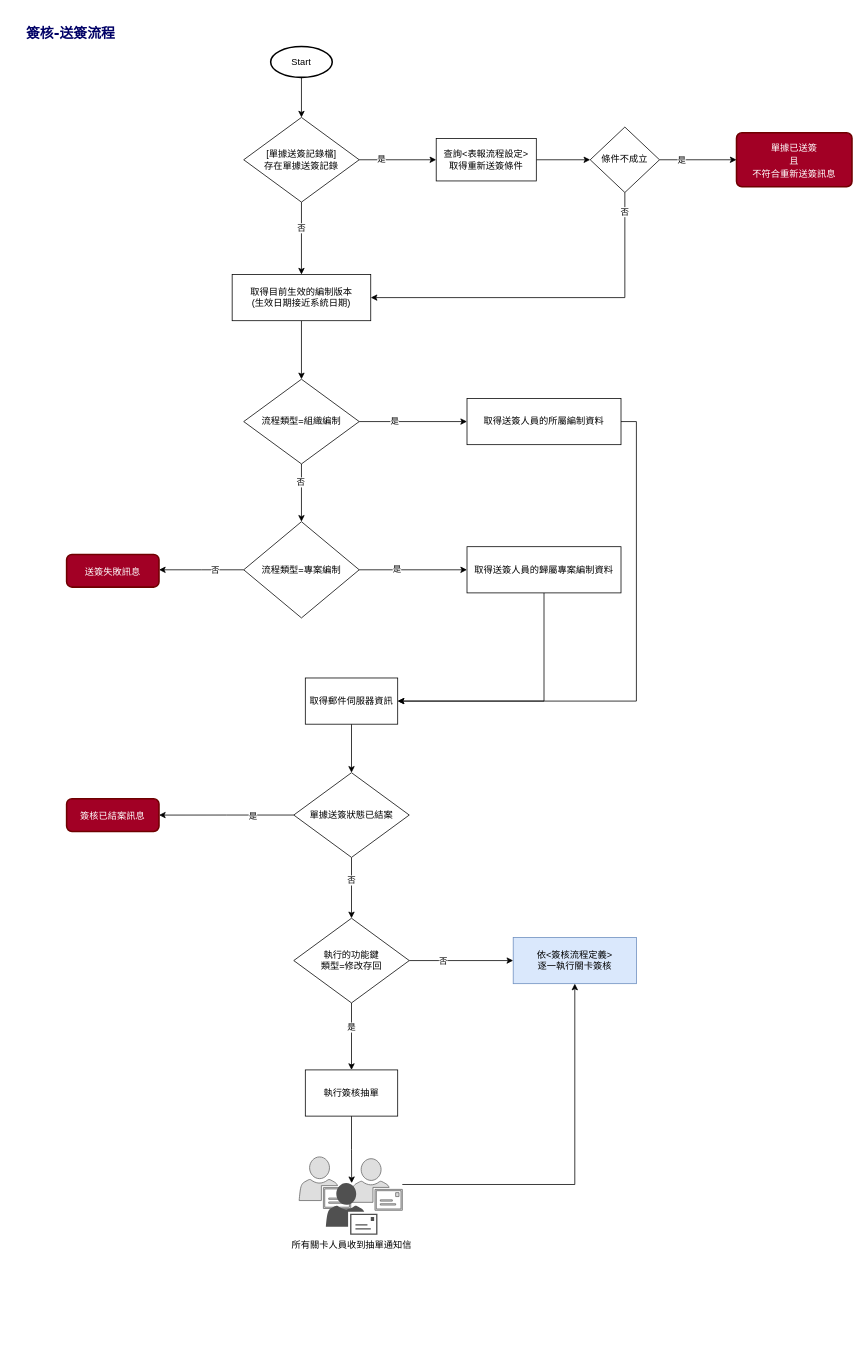
ArcareRD/sadocs keeps this draw.io diagram as page "送簽流程" (2 of 4) of 8.10.2/RTE/SYSTEM/SIGNOFF/attachment/簽核流程.drawio. Above is the earlier version. Source tidied: cells renumbered, new cells numbered last; positions are measured from the earlier drawing's top-left corner, leaving out a move shared by most shapes. Both pictures are drawn from the tidied source at 77%, with x=0, y=0 at pixel (13, 13).
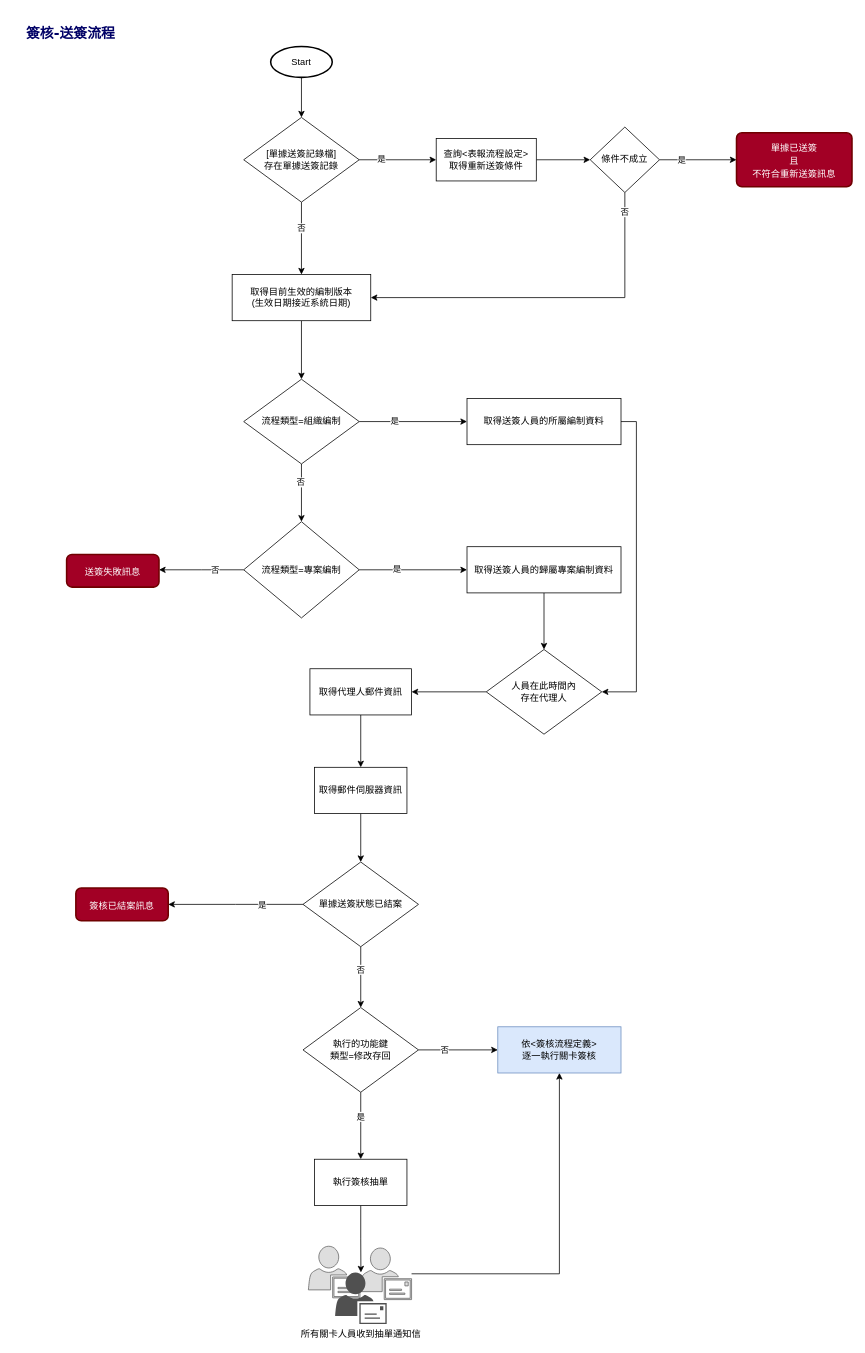
The same page after the edit.

The change refers to these unchanged cells:
```xml
<mxCell id="19" value="取得送簽人員的所屬編制資料" style="rounded=0;whiteSpace=wrap;html=1;" parent="1" vertex="1">
  <mxGeometry x="589" y="500" width="200" height="60" as="geometry" />
</mxCell>
<mxCell id="21" value="取得送簽人員的歸屬專案編制資料" style="rounded=0;whiteSpace=wrap;html=1;" parent="1" vertex="1">
  <mxGeometry x="589" y="692.5" width="200" height="60" as="geometry" />
</mxCell>
```

Diff of the diagram source:
```diff
@@
-    <mxCell id="18" style="edgeStyle=orthogonalEdgeStyle;rounded=0;jettySize=auto;html=1;entryX=1;entryY=0.5;entryDx=0;entryDy=0;exitX=1;exitY=0.5;exitDx=0;exitDy=0;" parent="1" edge="1" source="19" target="28">
-      <mxGeometry relative="1" as="geometry" />
-    </mxCell>
+    <mxCell id="56" style="edgeStyle=orthogonalEdgeStyle;rounded=0;jettySize=auto;html=1;entryX=1;entryY=0.5;entryDx=0;entryDy=0;exitX=1;exitY=0.5;exitDx=0;exitDy=0;" parent="1" edge="1" source="19" target="61">
+      <mxGeometry relative="1" as="geometry" />
+    </mxCell>
@@
-    <mxCell id="20" style="edgeStyle=orthogonalEdgeStyle;rounded=0;jettySize=auto;html=1;entryX=1;entryY=0.5;entryDx=0;entryDy=0;exitX=0.5;exitY=1;exitDx=0;exitDy=0;" parent="1" edge="1" source="21" target="28">
-      <mxGeometry relative="1" as="geometry" />
-    </mxCell>
+    <mxCell id="57" style="edgeStyle=orthogonalEdgeStyle;rounded=0;jettySize=auto;html=1;" parent="1" edge="1" source="21" target="61">
+      <mxGeometry relative="1" as="geometry" />
+    </mxCell>
@@
     <mxCell id="28" value="取得郵件伺服器資訊" style="rounded=0;whiteSpace=wrap;html=1;" parent="1" vertex="1">
-      <mxGeometry x="379" y="863" width="120" height="60" as="geometry" />
+      <mxGeometry x="391" y="979" width="120" height="60" as="geometry" />
     </mxCell>
@@
     <mxCell id="33" value="執行的功能鍵&lt;br&gt;類型=修改存回" style="rhombus;whiteSpace=wrap;html=1;" parent="1" vertex="1">
-      <mxGeometry x="364" y="1175" width="150" height="110" as="geometry" />
+      <mxGeometry x="376" y="1291" width="150" height="110" as="geometry" />
     </mxCell>
@@
     <mxCell id="39" value="單據送簽狀態已結案" style="rhombus;whiteSpace=wrap;html=1;" parent="1" vertex="1">
-      <mxGeometry x="364" y="986" width="150" height="110" as="geometry" />
+      <mxGeometry x="376" y="1102" width="150" height="110" as="geometry" />
     </mxCell>
     <mxCell id="40" value="&lt;p style=&quot;line-height: normal ; margin: 0pt 0in ; text-indent: 0in ; word-break: normal ; font-size: 12px&quot;&gt;&lt;font face=&quot;calibri&quot;&gt;簽核已結案訊息&lt;/font&gt;&lt;/p&gt;" style="rounded=1;whiteSpace=wrap;html=1;absoluteArcSize=1;arcSize=14;strokeWidth=2;fillColor=#a20025;fontSize=12;align=center;strokeColor=#6F0000;fontColor=#ffffff;" parent="1" vertex="1">
-      <mxGeometry x="69" y="1019.8" width="120" height="42.5" as="geometry" />
+      <mxGeometry x="81" y="1135.8" width="120" height="42.5" as="geometry" />
     </mxCell>
@@
     <mxCell id="47" value="依&amp;lt;簽核流程定義&amp;gt;&lt;br&gt;逐一執行關卡簽核" style="rounded=0;whiteSpace=wrap;html=1;fillColor=#dae8fc;strokeColor=#6c8ebf;" parent="1" vertex="1">
-      <mxGeometry x="649" y="1200" width="160" height="60" as="geometry" />
+      <mxGeometry x="629" y="1316" width="160" height="60" as="geometry" />
     </mxCell>
@@
     <mxCell id="49" style="group;" parent="1" vertex="1">
-      <mxGeometry x="371" y="1485" width="134" height="101" as="geometry" />
+      <mxGeometry x="383" y="1601" width="134" height="101" as="geometry" />
     </mxCell>
@@
     <mxCell id="54" value="執行簽核抽單" style="rounded=0;whiteSpace=wrap;html=1;" parent="1" vertex="1">
-      <mxGeometry x="379" y="1372" width="120" height="60" as="geometry" />
+      <mxGeometry x="391" y="1488" width="120" height="60" as="geometry" />
     </mxCell>
@@
+    <mxCell id="58" style="edgeStyle=orthogonalEdgeStyle;rounded=0;jettySize=auto;html=1;entryX=0.5;entryY=0;entryDx=0;entryDy=0;" parent="1" edge="1" source="59" target="28">
+      <mxGeometry relative="1" as="geometry" />
+    </mxCell>
+    <mxCell id="59" value="取得代理人郵件資訊" style="rounded=0;whiteSpace=wrap;html=1;" parent="1" vertex="1">
+      <mxGeometry x="385" y="851" width="132" height="60" as="geometry" />
+    </mxCell>
+    <mxCell id="60" style="edgeStyle=orthogonalEdgeStyle;rounded=0;jettySize=auto;html=1;entryX=1;entryY=0.5;entryDx=0;entryDy=0;" parent="1" edge="1" source="61" target="59">
+      <mxGeometry relative="1" as="geometry" />
+    </mxCell>
+    <mxCell id="61" value="人員在此時間內&lt;br&gt;存在代理人" style="rhombus;whiteSpace=wrap;html=1;" parent="1" vertex="1">
+      <mxGeometry x="614" y="826" width="150" height="110" as="geometry" />
+    </mxCell>
```
